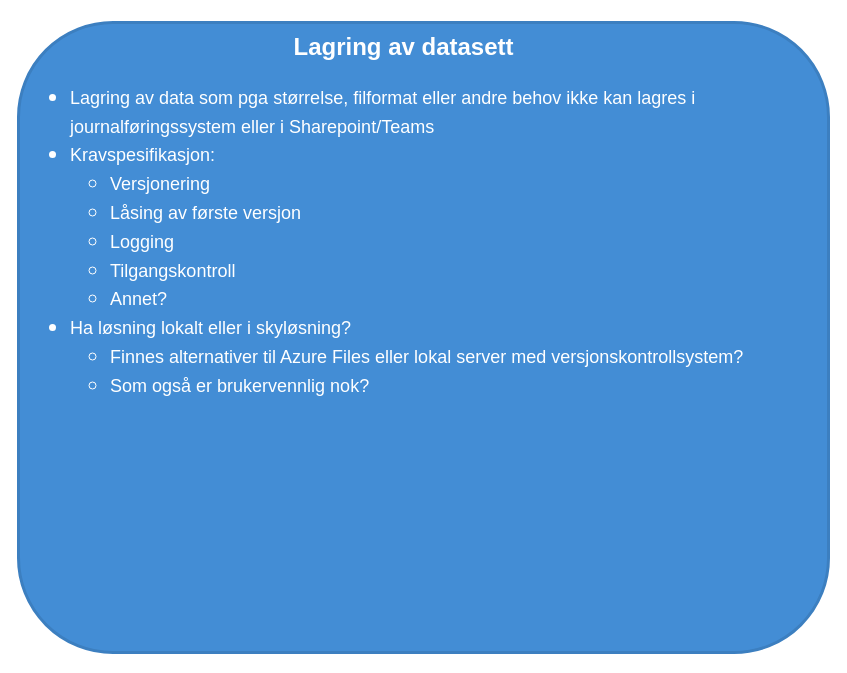
mortenee/draw.io keeps this draw.io diagram as page "Datalager" (9 of 15) of .drawio. Above is the earlier version. Source tidied: cells renumbered, new cells numbered last; positions are measured from the earlier drawing's top-left corner, leaving out a move shared by most shapes. Both pictures are drawn from the tidied source at 100%, with x=0, y=0 at pixel (18, 22).
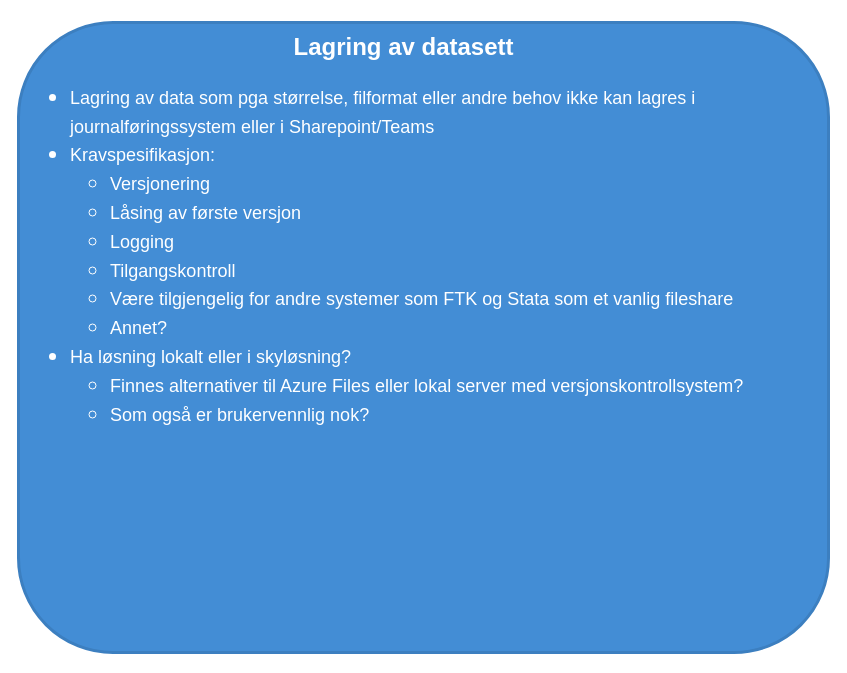
The same diagram, later.

The edit, as a diff of the source:
```diff
@@
 <mxGraphModel>
   <root>
     <mxCell id="0" />
     <mxCell id="1" parent="0" />
-    <mxCell id="2" value="&lt;h1 style=&quot;margin-top: 0px;&quot;&gt;&lt;div&gt;&lt;span style=&quot;font-size: 18px; font-weight: 400;&quot;&gt;&lt;br&gt;&lt;/span&gt;&lt;/div&gt;&lt;ul&gt;&lt;li&gt;&lt;span style=&quot;font-size: 18px; font-weight: 400;&quot;&gt;Lagring av data som pga størrelse, filformat eller andre behov ikke kan lagres i journalføringssystem eller i Sharepoint/Teams&lt;/span&gt;&lt;/li&gt;&lt;li&gt;&lt;span style=&quot;font-size: 18px; font-weight: 400;&quot;&gt;Kravspesifikasjon:&lt;/span&gt;&lt;/li&gt;&lt;ul&gt;&lt;li&gt;&lt;span style=&quot;font-size: 18px; font-weight: 400;&quot;&gt;Versjonering&lt;/span&gt;&lt;/li&gt;&lt;li&gt;&lt;span style=&quot;font-size: 18px; font-weight: 400;&quot;&gt;Låsing av første versjon&lt;/span&gt;&lt;/li&gt;&lt;li&gt;&lt;span style=&quot;font-size: 18px; font-weight: 400;&quot;&gt;Logging&lt;/span&gt;&lt;/li&gt;&lt;li&gt;&lt;span style=&quot;font-size: 18px; font-weight: 400;&quot;&gt;Tilgangskontroll&lt;/span&gt;&lt;/li&gt;&lt;li&gt;&lt;span style=&quot;font-size: 18px; font-weight: 400;&quot;&gt;Annet?&lt;/span&gt;&lt;/li&gt;&lt;/ul&gt;&lt;li&gt;&lt;span style=&quot;font-weight: 400; font-size: 18px; background-color: initial;&quot;&gt;Ha løsning lokalt eller i skyløsning?&lt;/span&gt;&lt;/li&gt;&lt;ul&gt;&lt;li&gt;&lt;span style=&quot;font-size: 18px; font-weight: 400;&quot;&gt;Finnes alternativer til Azure Files eller lokal server med versjonskontrollsystem?&amp;nbsp;&lt;/span&gt;&lt;/li&gt;&lt;li&gt;&lt;span style=&quot;font-size: 18px; font-weight: 400;&quot;&gt;Som også er brukervennlig nok?&lt;/span&gt;&lt;/li&gt;&lt;/ul&gt;&lt;/ul&gt;&lt;/h1&gt;" style="text;html=1;whiteSpace=wrap;overflow=hidden;rounded=1;fillColor=#438dd5;strokeColor=#3c7fc0;fontColor=#ffffff;fontFamily=Helvetica;fontSize=12;labelBackgroundColor=none;glass=0;shadow=0;strokeWidth=3;spacingLeft=10;" parent="1" vertex="1">
+    <mxCell id="2" value="&lt;h1 style=&quot;margin-top: 0px;&quot;&gt;&lt;div&gt;&lt;span style=&quot;font-size: 18px; font-weight: 400;&quot;&gt;&lt;br&gt;&lt;/span&gt;&lt;/div&gt;&lt;ul&gt;&lt;li&gt;&lt;span style=&quot;font-size: 18px; font-weight: 400;&quot;&gt;Lagring av data som pga størrelse, filformat eller andre behov ikke kan lagres i journalføringssystem eller i Sharepoint/Teams&lt;/span&gt;&lt;/li&gt;&lt;li&gt;&lt;span style=&quot;font-size: 18px; font-weight: 400;&quot;&gt;Kravspesifikasjon:&lt;/span&gt;&lt;/li&gt;&lt;ul&gt;&lt;li&gt;&lt;span style=&quot;font-size: 18px; font-weight: 400;&quot;&gt;Versjonering&lt;/span&gt;&lt;/li&gt;&lt;li&gt;&lt;span style=&quot;font-size: 18px; font-weight: 400;&quot;&gt;Låsing av første versjon&lt;/span&gt;&lt;/li&gt;&lt;li&gt;&lt;span style=&quot;font-size: 18px; font-weight: 400;&quot;&gt;Logging&lt;/span&gt;&lt;/li&gt;&lt;li&gt;&lt;span style=&quot;font-size: 18px; font-weight: 400;&quot;&gt;Tilgangskontroll&lt;/span&gt;&lt;/li&gt;&lt;li&gt;&lt;span style=&quot;font-size: 18px; font-weight: 400;&quot;&gt;Være tilgjengelig for andre systemer som FTK og Stata som et vanlig fileshare&lt;/span&gt;&lt;/li&gt;&lt;li&gt;&lt;span style=&quot;font-size: 18px; font-weight: 400;&quot;&gt;Annet?&lt;/span&gt;&lt;/li&gt;&lt;/ul&gt;&lt;li&gt;&lt;span style=&quot;font-weight: 400; font-size: 18px; background-color: initial;&quot;&gt;Ha løsning lokalt eller i skyløsning?&lt;/span&gt;&lt;/li&gt;&lt;ul&gt;&lt;li&gt;&lt;span style=&quot;font-size: 18px; font-weight: 400;&quot;&gt;Finnes alternativer til Azure Files eller lokal server med versjonskontrollsystem?&amp;nbsp;&lt;/span&gt;&lt;/li&gt;&lt;li&gt;&lt;span style=&quot;font-size: 18px; font-weight: 400;&quot;&gt;Som også er brukervennlig nok?&lt;/span&gt;&lt;/li&gt;&lt;/ul&gt;&lt;/ul&gt;&lt;/h1&gt;" style="text;html=1;whiteSpace=wrap;overflow=hidden;rounded=1;fillColor=#438dd5;strokeColor=#3c7fc0;fontColor=#ffffff;fontFamily=Helvetica;fontSize=12;labelBackgroundColor=none;glass=0;shadow=0;strokeWidth=3;spacingLeft=10;" parent="1" vertex="1">
       <mxGeometry width="810" height="630" as="geometry" />
     </mxCell>
     <mxCell id="3" value="&lt;h1&gt;Lagring av datasett&lt;/h1&gt;" style="text;html=1;align=center;verticalAlign=middle;rounded=0;fontColor=#FFFFFF;" parent="1" vertex="1">
       <mxGeometry x="320" y="10" width="130" height="30" as="geometry" />
     </mxCell>
   </root>
 </mxGraphModel>
```
